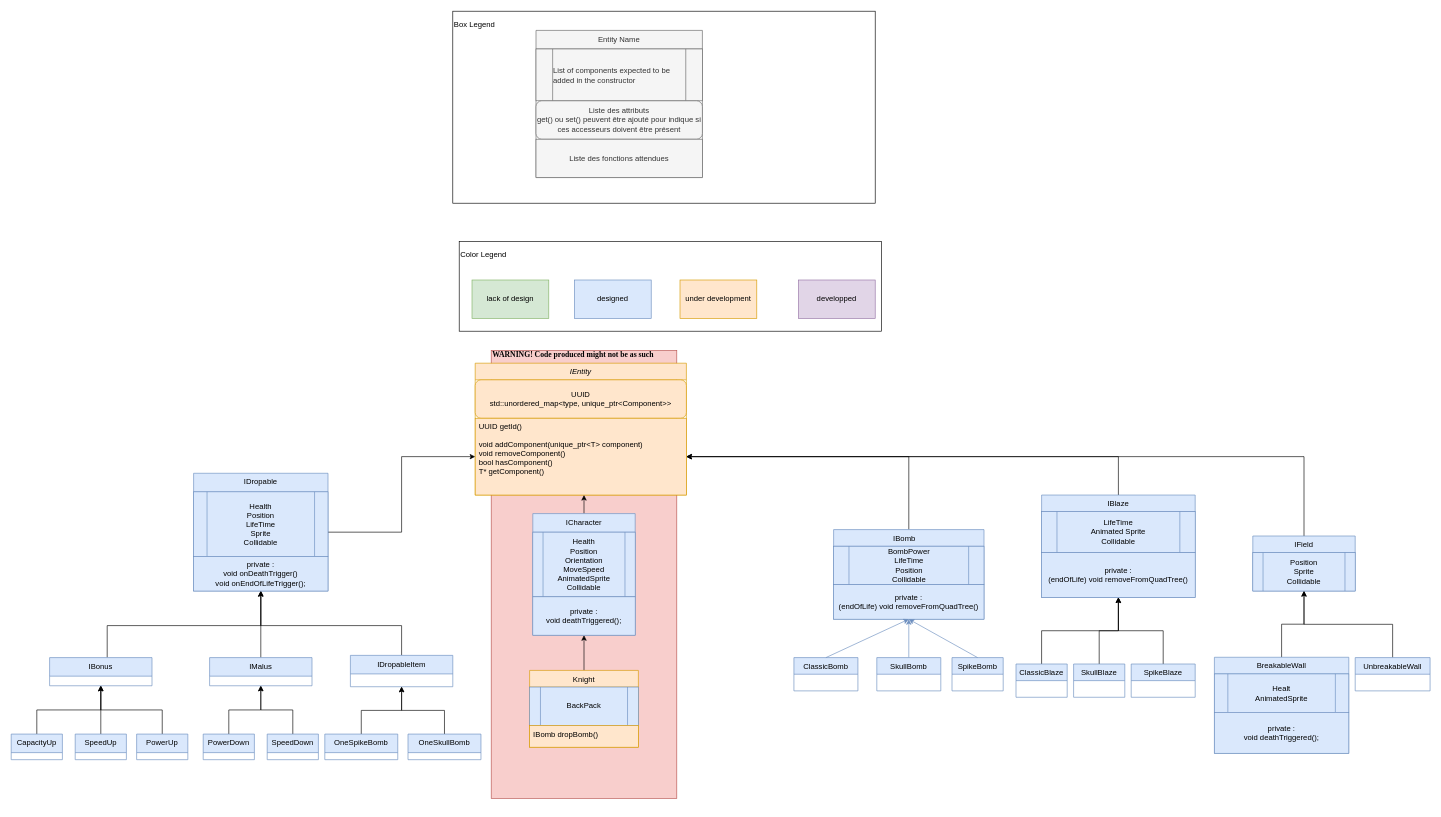
The draw.io diagram page "Entity" (1 of 5) of doc/UMLGeneralFramework.drawio in Kragoum/BomberKnight, before the edit. Source tidied: cells renumbered, new cells numbered last; positions are measured from the earlier drawing's top-left corner, leaving out a move shared by most shapes. Both pictures are drawn from the tidied source at 64%, with x=0, y=0 at pixel (11, 11).
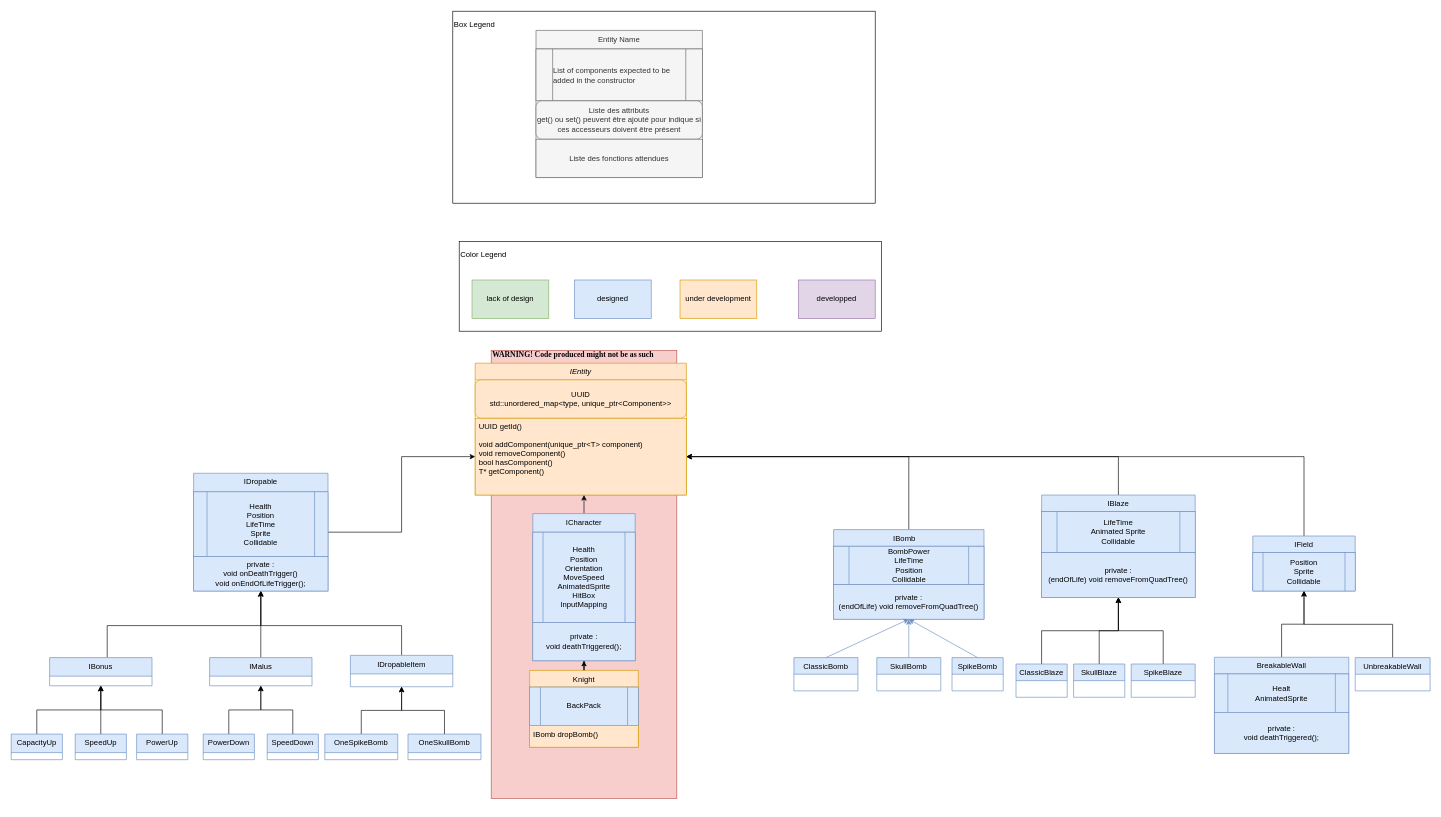
The same diagram, later.

The edit, as a diff of the source:
```diff
@@
     <mxCell id="55" value="ICharacter" style="swimlane;fontStyle=0;align=center;verticalAlign=top;horizontal=1;startSize=29;rounded=0;shadow=0;strokeWidth=1;fillColor=#dae8fc;strokeColor=#6c8ebf;" parent="1" vertex="1">
-      <mxGeometry x="815" y="785" width="160" height="190" as="geometry" />
+      <mxGeometry x="815" y="785" width="160" height="230" as="geometry" />
     </mxCell>
-    <mxCell id="56" value="&lt;span style=&quot;text-align: left;&quot;&gt;Health&lt;/span&gt;&lt;br&gt;Position&lt;br&gt;Orientation&lt;br&gt;MoveSpeed&lt;br&gt;AnimatedSprite&lt;br&gt;Collidable" style="shape=process;whiteSpace=wrap;html=1;backgroundOutline=1;fillColor=#dae8fc;strokeColor=#6c8ebf;" parent="55" vertex="1">
-      <mxGeometry y="29" width="160" height="101" as="geometry" />
+    <mxCell id="56" value="&lt;span style=&quot;text-align: left;&quot;&gt;Health&lt;/span&gt;&lt;br&gt;Position&lt;br&gt;Orientation&lt;br&gt;MoveSpeed&lt;br&gt;AnimatedSprite&lt;br&gt;&lt;span style=&quot;&quot;&gt;HitBox&lt;br&gt;&lt;/span&gt;InputMapping&lt;span style=&quot;&quot;&gt;&lt;br&gt;&lt;/span&gt;" style="shape=process;whiteSpace=wrap;html=1;backgroundOutline=1;fillColor=#dae8fc;strokeColor=#6c8ebf;" parent="55" vertex="1">
+      <mxGeometry y="29" width="160" height="141" as="geometry" />
     </mxCell>
     <mxCell id="57" value="private :&lt;br&gt;void deathTriggered();" style="rounded=0;whiteSpace=wrap;html=1;fillColor=#dae8fc;strokeColor=#6c8ebf;" parent="55" vertex="1">
-      <mxGeometry y="130" width="160" height="60" as="geometry" />
+      <mxGeometry y="170" width="160" height="60" as="geometry" />
     </mxCell>
```
